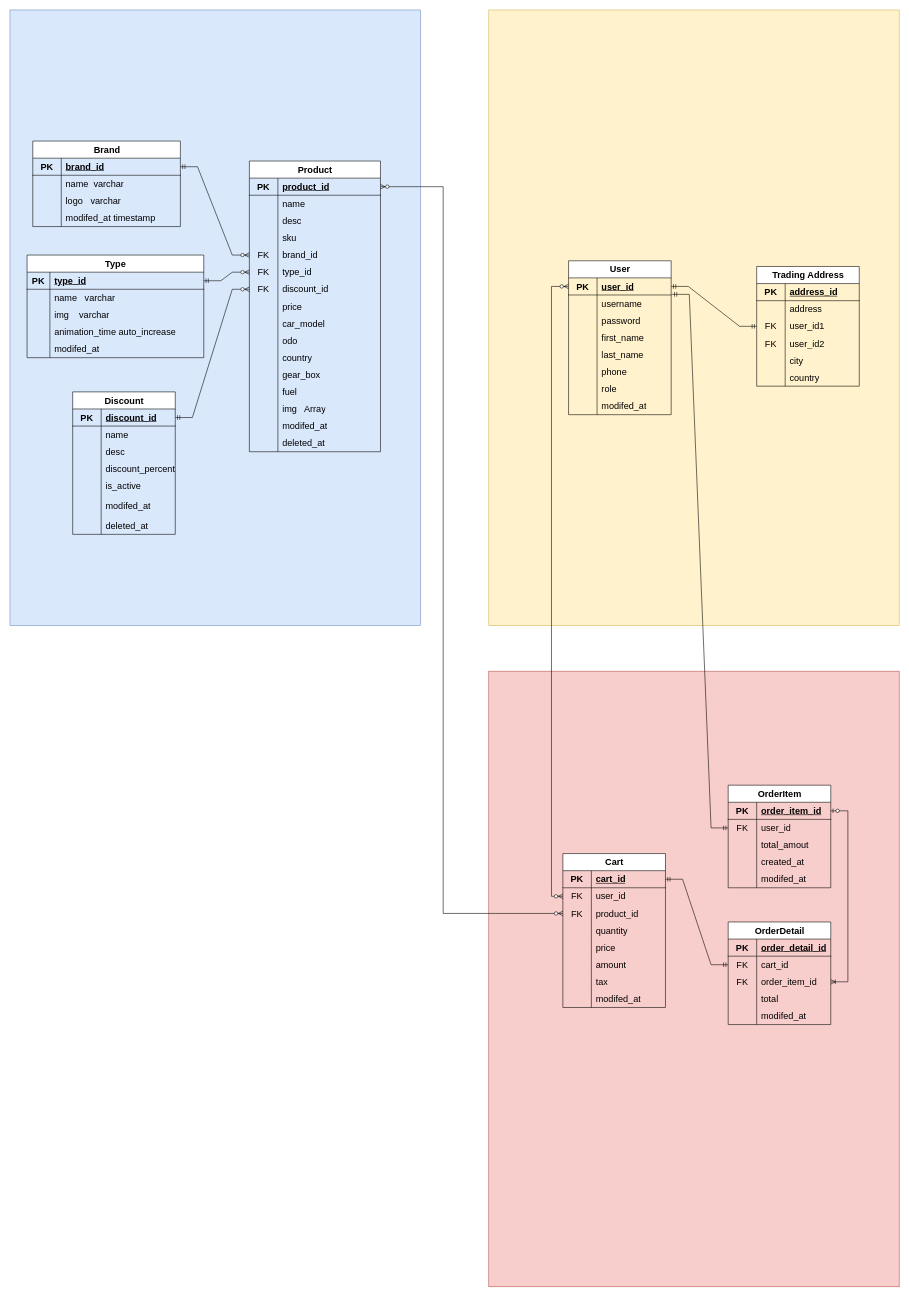
The draw.io diagram diagrams/DBModel.drawio in SiZedYi/Cars_Website_App, before the edit. Source tidied: cells renumbered, new cells numbered last; positions are measured from the earlier drawing's top-left corner, leaving out a move shared by most shapes. Both pictures are drawn from the tidied source at 57%, with x=0, y=0 at pixel (10, 10).
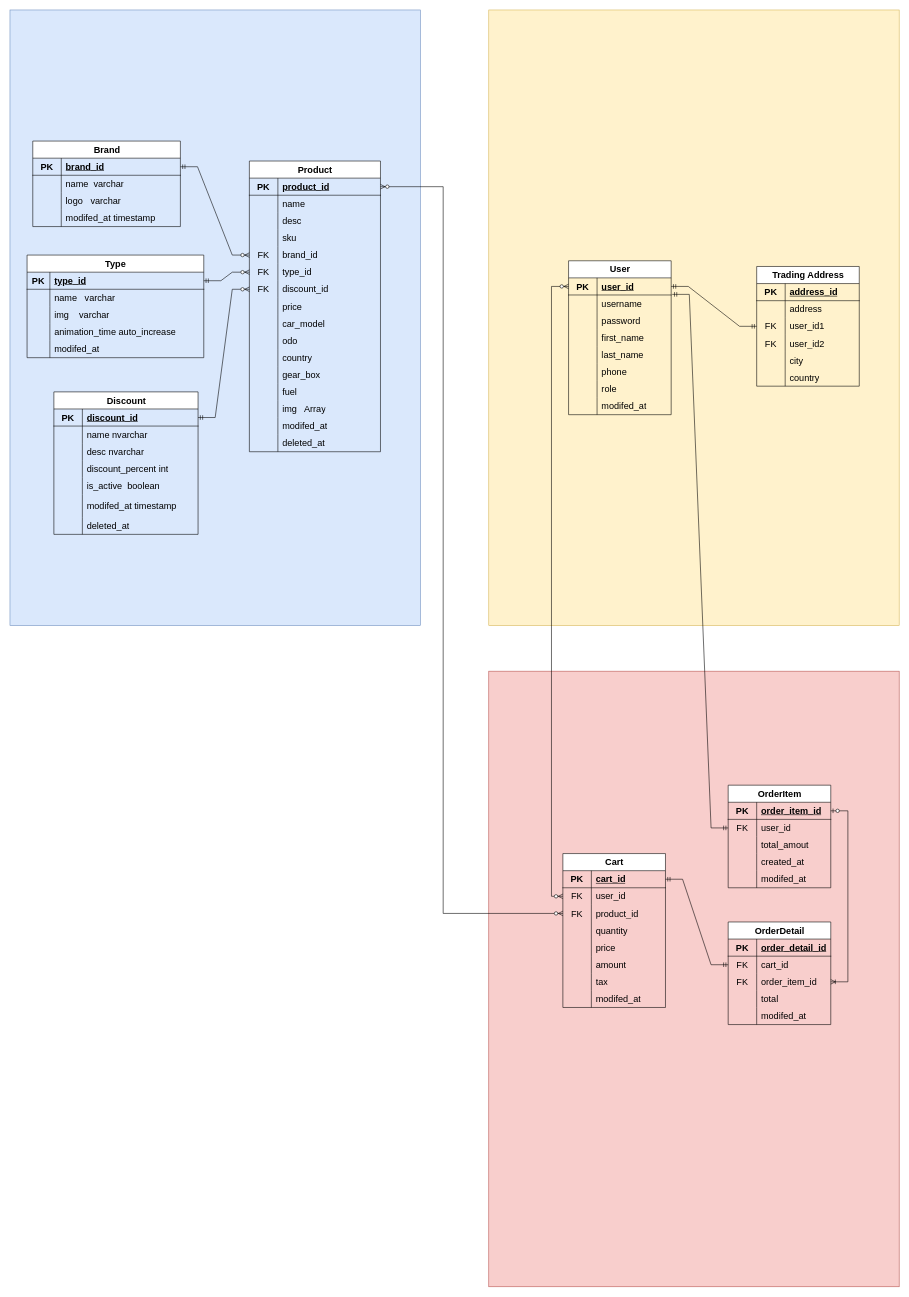
The same page after the edit.

Diff of the diagram source:
```diff
@@
     <mxCell id="74" value="Discount" style="shape=table;startSize=30;childLayout=tableLayout;rowLines=0;fontStyle=1;align=center;html=1;fontSize=16;" parent="1" vertex="1">
-      <mxGeometry x="110" y="670" width="180" height="250" as="geometry" />
+      <mxGeometry x="77" y="670" width="253" height="250" as="geometry" />
     </mxCell>
     <mxCell id="75" style="shape=tableRow;horizontal=0;startSize=0;swimlaneHead=0;swimlaneBody=0;fillColor=none;points=[[0,0.5],[1,0.5]];portConstraint=eastwest;top=0;left=0;right=0;bottom=1;fontSize=16;" parent="74" vertex="1">
-      <mxGeometry y="30" width="180" height="30" as="geometry" />
+      <mxGeometry y="30" width="253" height="30" as="geometry" />
     </mxCell>
@@
     <mxCell id="77" value="discount_id" style="shape=partialRectangle;fillColor=none;top=0;left=0;bottom=0;right=0;align=left;spacingLeft=6;fontStyle=5;overflow=hidden;whiteSpace=wrap;html=1;fontSize=16;" parent="75" vertex="1">
-      <mxGeometry x="50" width="130" height="30" as="geometry" />
+      <mxGeometry x="50" width="203" height="30" as="geometry" />
     </mxCell>
     <mxCell id="78" style="shape=tableRow;horizontal=0;startSize=0;swimlaneHead=0;swimlaneBody=0;fillColor=none;top=0;left=0;right=0;bottom=0;fontSize=16;" parent="74" vertex="1">
-      <mxGeometry y="60" width="180" height="30" as="geometry" />
+      <mxGeometry y="60" width="253" height="30" as="geometry" />
     </mxCell>
@@
-    <mxCell id="80" value="name" style="shape=partialRectangle;fillColor=none;top=0;left=0;bottom=0;right=0;align=left;spacingLeft=6;overflow=hidden;whiteSpace=wrap;html=1;fontSize=16;" parent="78" vertex="1">
-      <mxGeometry x="50" width="130" height="30" as="geometry" />
+    <mxCell id="80" value="name&lt;span style=&quot;white-space: pre;&quot;&gt; &lt;/span&gt;nvarchar" style="shape=partialRectangle;fillColor=none;top=0;left=0;bottom=0;right=0;align=left;spacingLeft=6;overflow=hidden;whiteSpace=wrap;html=1;fontSize=16;" parent="78" vertex="1">
+      <mxGeometry x="50" width="203" height="30" as="geometry" />
     </mxCell>
     <mxCell id="81" style="shape=tableRow;horizontal=0;startSize=0;swimlaneHead=0;swimlaneBody=0;fillColor=none;top=0;left=0;right=0;bottom=0;fontSize=16;" parent="74" vertex="1">
-      <mxGeometry y="90" width="180" height="30" as="geometry" />
+      <mxGeometry y="90" width="253" height="30" as="geometry" />
     </mxCell>
@@
-    <mxCell id="83" value="desc" style="shape=partialRectangle;fillColor=none;top=0;left=0;bottom=0;right=0;align=left;spacingLeft=6;overflow=hidden;whiteSpace=wrap;html=1;fontSize=16;" parent="81" vertex="1">
-      <mxGeometry x="50" width="130" height="30" as="geometry" />
+    <mxCell id="83" value="desc&lt;span style=&quot;white-space: pre;&quot;&gt; &lt;/span&gt;nvarchar" style="shape=partialRectangle;fillColor=none;top=0;left=0;bottom=0;right=0;align=left;spacingLeft=6;overflow=hidden;whiteSpace=wrap;html=1;fontSize=16;" parent="81" vertex="1">
+      <mxGeometry x="50" width="203" height="30" as="geometry" />
     </mxCell>
     <mxCell id="84" style="shape=tableRow;horizontal=0;startSize=0;swimlaneHead=0;swimlaneBody=0;fillColor=none;top=0;left=0;right=0;bottom=0;fontSize=16;" parent="74" vertex="1">
-      <mxGeometry y="120" width="180" height="30" as="geometry" />
+      <mxGeometry y="120" width="253" height="30" as="geometry" />
     </mxCell>
@@
-    <mxCell id="86" value="discount_percent" style="shape=partialRectangle;fillColor=none;top=0;left=0;bottom=0;right=0;align=left;spacingLeft=6;overflow=hidden;whiteSpace=wrap;html=1;fontSize=16;" parent="84" vertex="1">
-      <mxGeometry x="50" width="130" height="30" as="geometry" />
+    <mxCell id="86" value="discount_percent&lt;span style=&quot;white-space: pre;&quot;&gt; &lt;/span&gt;int" style="shape=partialRectangle;fillColor=none;top=0;left=0;bottom=0;right=0;align=left;spacingLeft=6;overflow=hidden;whiteSpace=wrap;html=1;fontSize=16;" parent="84" vertex="1">
+      <mxGeometry x="50" width="203" height="30" as="geometry" />
     </mxCell>
     <mxCell id="87" style="shape=tableRow;horizontal=0;startSize=0;swimlaneHead=0;swimlaneBody=0;fillColor=none;top=0;left=0;right=0;bottom=0;fontSize=16;" parent="74" vertex="1">
-      <mxGeometry y="150" width="180" height="30" as="geometry" />
+      <mxGeometry y="150" width="253" height="30" as="geometry" />
     </mxCell>
@@
-    <mxCell id="89" value="is_active" style="shape=partialRectangle;fillColor=none;top=0;left=0;bottom=0;right=0;align=left;spacingLeft=6;overflow=hidden;whiteSpace=wrap;html=1;fontSize=16;" parent="87" vertex="1">
-      <mxGeometry x="50" width="130" height="30" as="geometry" />
+    <mxCell id="89" value="is_active&lt;span style=&quot;white-space: pre;&quot;&gt; &lt;/span&gt;&lt;span style=&quot;white-space: pre;&quot;&gt; &lt;/span&gt;boolean" style="shape=partialRectangle;fillColor=none;top=0;left=0;bottom=0;right=0;align=left;spacingLeft=6;overflow=hidden;whiteSpace=wrap;html=1;fontSize=16;" parent="87" vertex="1">
+      <mxGeometry x="50" width="203" height="30" as="geometry" />
     </mxCell>
     <mxCell id="90" style="shape=tableRow;horizontal=0;startSize=0;swimlaneHead=0;swimlaneBody=0;fillColor=none;top=0;left=0;right=0;bottom=0;fontSize=16;" parent="74" vertex="1">
-      <mxGeometry y="180" width="180" height="40" as="geometry" />
+      <mxGeometry y="180" width="253" height="40" as="geometry" />
     </mxCell>
@@
-    <mxCell id="92" value="modifed_at" style="shape=partialRectangle;fillColor=none;top=0;left=0;bottom=0;right=0;align=left;spacingLeft=6;overflow=hidden;whiteSpace=wrap;html=1;fontSize=16;" parent="90" vertex="1">
-      <mxGeometry x="50" width="130" height="40" as="geometry" />
+    <mxCell id="92" value="modifed_at&lt;span style=&quot;white-space: pre;&quot;&gt; &lt;/span&gt;timestamp" style="shape=partialRectangle;fillColor=none;top=0;left=0;bottom=0;right=0;align=left;spacingLeft=6;overflow=hidden;whiteSpace=wrap;html=1;fontSize=16;" parent="90" vertex="1">
+      <mxGeometry x="50" width="203" height="40" as="geometry" />
     </mxCell>
     <mxCell id="93" style="shape=tableRow;horizontal=0;startSize=0;swimlaneHead=0;swimlaneBody=0;fillColor=none;top=0;left=0;right=0;bottom=0;fontSize=16;" parent="74" vertex="1">
-      <mxGeometry y="220" width="180" height="30" as="geometry" />
+      <mxGeometry y="220" width="253" height="30" as="geometry" />
     </mxCell>
@@
     <mxCell id="95" value="deleted_at" style="shape=partialRectangle;fillColor=none;top=0;left=0;bottom=0;right=0;align=left;spacingLeft=6;overflow=hidden;whiteSpace=wrap;html=1;fontSize=16;" parent="93" vertex="1">
-      <mxGeometry x="50" width="130" height="30" as="geometry" />
+      <mxGeometry x="50" width="203" height="30" as="geometry" />
     </mxCell>
```
